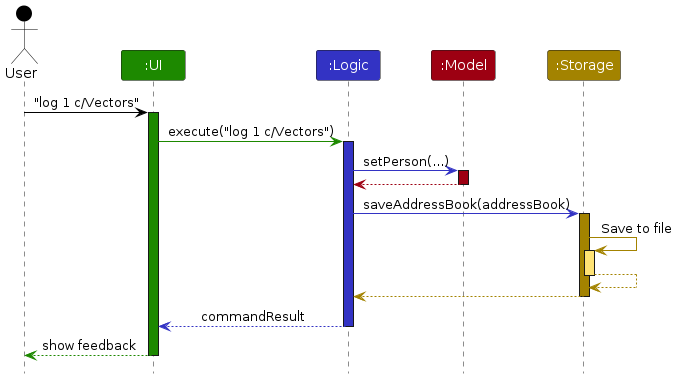
The PlantUML diagram diagrams/ArchitectureSequenceDiagram.png in AY2627S1-CS2103T-T11-1/tp, before a commit. Its source is kept beside it as diagrams/ArchitectureSequenceDiagram.puml. Source of this version:
```plantuml
@startuml
!include style.puml
skinparam ArrowFontStyle plain

Actor User as user USER_COLOR
Participant ":UI" as ui UI_COLOR
Participant ":Logic" as logic LOGIC_COLOR
Participant ":Model" as model MODEL_COLOR
Participant ":Storage" as storage STORAGE_COLOR

user -[USER_COLOR]> ui : "log 1 c/Vectors"
activate ui UI_COLOR

ui -[UI_COLOR]> logic : execute("log 1 c/Vectors")
activate logic LOGIC_COLOR

logic -[LOGIC_COLOR]> model : setPerson(...)
activate model MODEL_COLOR

model -[MODEL_COLOR]-> logic
deactivate model

logic -[LOGIC_COLOR]> storage : saveAddressBook(addressBook)
activate storage STORAGE_COLOR

storage -[STORAGE_COLOR]> storage : Save to file
activate storage STORAGE_COLOR_T1
storage --[STORAGE_COLOR]> storage
deactivate storage

storage --[STORAGE_COLOR]> logic
deactivate storage

logic --[LOGIC_COLOR]> ui : commandResult
deactivate logic

ui--[UI_COLOR]> user : show feedback
deactivate ui
@enduml
```
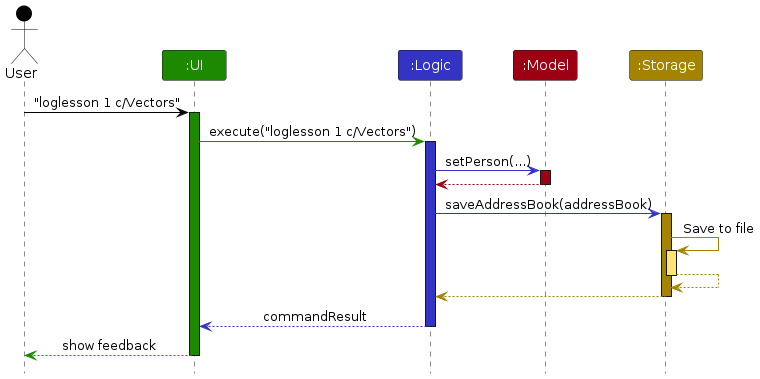
The same file after the commit.

Change to the diagram source:
```diff
@@ -8,10 +8,10 @@
 Participant ":Model" as model MODEL_COLOR
 Participant ":Storage" as storage STORAGE_COLOR
 
-user -[USER_COLOR]> ui : "log 1 c/Vectors"
+user -[USER_COLOR]> ui : "loglesson 1 c/Vectors"
 activate ui UI_COLOR
 
-ui -[UI_COLOR]> logic : execute("log 1 c/Vectors")
+ui -[UI_COLOR]> logic : execute("loglesson 1 c/Vectors")
 activate logic LOGIC_COLOR
 
 logic -[LOGIC_COLOR]> model : setPerson(...)
```
